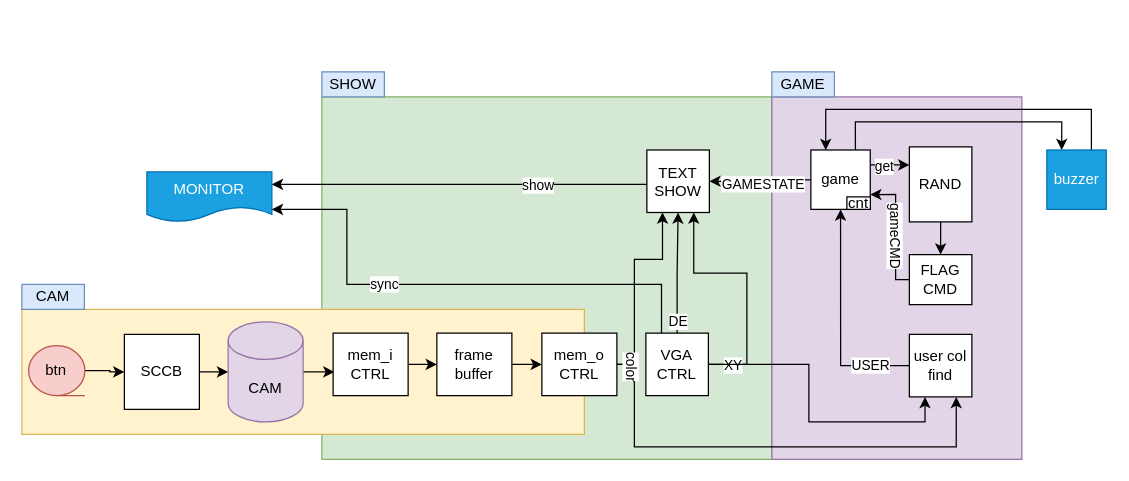
This is page "Project design" (1 of 7) of doc/drawio/SystenArchitecture.drawio from heyhoo46/HandBand, a draw.io file, before an edit. Source tidied: cells renumbered, new cells numbered last; positions are measured from the earlier drawing's top-left corner, leaving out a move shared by most shapes. Both pictures are drawn from the tidied source at 125%, with x=0, y=0 at pixel (21, 71).
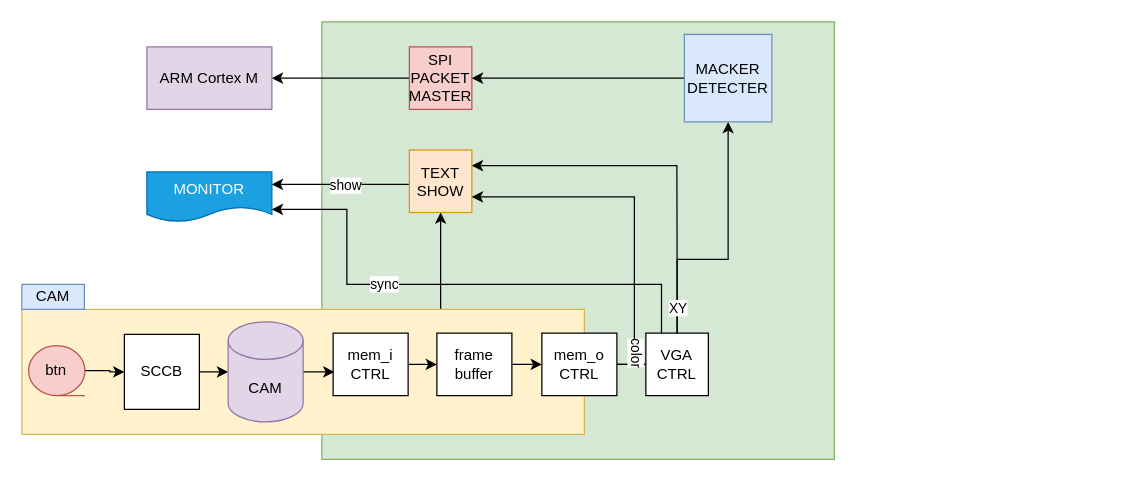
Above is the later version.

Unchanged cells that the change refers to:
```xml
<mxCell id="4" value="MONITOR" style="shape=document;whiteSpace=wrap;html=1;boundedLbl=1;fillColor=#1ba1e2;strokeColor=#006EAF;fontColor=#ffffff;" parent="1" vertex="1">
  <mxGeometry x="100" y="80" width="100" height="40" as="geometry" />
</mxCell>
<mxCell id="12" value="VGA&lt;div&gt;CTRL&lt;/div&gt;" style="whiteSpace=wrap;html=1;" parent="1" vertex="1">
  <mxGeometry x="499.2" y="209" width="50" height="50" as="geometry" />
</mxCell>
<mxCell id="43" value="mem_o&lt;div&gt;CTRL&lt;/div&gt;" style="rounded=0;whiteSpace=wrap;html=1;" parent="1" vertex="1">
  <mxGeometry x="416" y="209" width="60" height="50" as="geometry" />
</mxCell>
```

Diff of the diagram source:
```diff
@@
     <mxCell id="2" style="rounded=0;whiteSpace=wrap;html=1;fillColor=#d5e8d4;strokeColor=#82b366;" parent="1" vertex="1">
-      <mxGeometry x="240" y="20" width="360" height="290" as="geometry" />
+      <mxGeometry x="240" y="-40" width="410" height="350" as="geometry" />
     </mxCell>
-    <mxCell id="3" style="rounded=0;whiteSpace=wrap;html=1;fillColor=#e1d5e7;strokeColor=#9673a6;" parent="1" vertex="1">
-      <mxGeometry x="600" y="20" width="200" height="290" as="geometry" />
-    </mxCell>
@@
-    <mxCell id="8" style="edgeStyle=orthogonalEdgeStyle;rounded=0;jettySize=auto;html=1;entryX=0.25;entryY=1;entryDx=0;entryDy=0;" parent="1" edge="1" source="12" target="15">
-      <mxGeometry relative="1" as="geometry" />
-    </mxCell>
-    <mxCell id="9" value="XY" style="edgeLabel;html=1;align=center;verticalAlign=middle;" parent="8" vertex="1">
-      <mxGeometry x="-0.88" relative="1" as="geometry">
-        <mxPoint x="5" as="offset" />
-      </mxGeometry>
-    </mxCell>
@@
-    <mxCell id="13" style="edgeStyle=orthogonalEdgeStyle;rounded=0;jettySize=auto;html=1;entryX=0.5;entryY=1;entryDx=0;entryDy=0;" parent="1" edge="1" source="15" target="37">
-      <mxGeometry relative="1" as="geometry" />
+    <mxCell id="13" style="edgeStyle=orthogonalEdgeStyle;rounded=0;orthogonalLoop=1;jettySize=auto;html=1;entryX=0.5;entryY=1;entryDx=0;entryDy=0;" parent="1" edge="1">
+      <mxGeometry relative="1" as="geometry">
+        <mxPoint x="710" y="235" as="sourcePoint" />
+      </mxGeometry>
     </mxCell>
@@
-    <mxCell id="15" value="user col&lt;div&gt;find&lt;/div&gt;" style="whiteSpace=wrap;html=1;" parent="1" vertex="1">
-      <mxGeometry x="710" y="210" width="50" height="50" as="geometry" />
-    </mxCell>
-    <mxCell id="16" style="edgeStyle=orthogonalEdgeStyle;rounded=0;jettySize=auto;html=1;" parent="1" edge="1" source="17" target="20">
-      <mxGeometry relative="1" as="geometry" />
+    <mxCell id="16" style="edgeStyle=orthogonalEdgeStyle;rounded=0;orthogonalLoop=1;jettySize=auto;html=1;" parent="1" edge="1">
+      <mxGeometry relative="1" as="geometry">
+        <mxPoint x="735" y="120" as="sourcePoint" />
+      </mxGeometry>
     </mxCell>
-    <mxCell id="17" value="RAND" style="rounded=0;whiteSpace=wrap;html=1;" parent="1" vertex="1">
-      <mxGeometry x="710" y="60" width="50" height="60" as="geometry" />
-    </mxCell>
-    <mxCell id="18" style="edgeStyle=orthogonalEdgeStyle;rounded=0;jettySize=auto;html=1;entryX=1;entryY=0.75;entryDx=0;entryDy=0;" parent="1" edge="1" source="20" target="37">
+    <mxCell id="18" style="edgeStyle=orthogonalEdgeStyle;rounded=0;orthogonalLoop=1;jettySize=auto;html=1;entryX=1;entryY=0.75;entryDx=0;entryDy=0;" parent="1" edge="1">
       <mxGeometry relative="1" as="geometry">
+        <mxPoint x="710" y="166.3" as="sourcePoint" />
         <Array as="points">
           <mxPoint x="699" y="166" />
           <mxPoint x="699" y="98" />
         </Array>
       </mxGeometry>
     </mxCell>
@@
-    <mxCell id="20" value="FLAG&lt;br&gt;CMD" style="rounded=0;whiteSpace=wrap;html=1;" parent="1" vertex="1">
-      <mxGeometry x="710" y="146.2" width="50" height="40" as="geometry" />
-    </mxCell>
-    <mxCell id="21" style="edgeStyle=orthogonalEdgeStyle;rounded=0;jettySize=auto;html=1;entryX=1;entryY=0.5;entryDx=0;entryDy=0;" parent="1" edge="1" source="37" target="25">
-      <mxGeometry relative="1" as="geometry" />
-    </mxCell>
-    <mxCell id="22" value="GAMESTATE" style="edgeLabel;html=1;align=center;verticalAlign=middle;" parent="21" vertex="1">
-      <mxGeometry x="-0.05" y="1" relative="1" as="geometry">
-        <mxPoint y="2" as="offset" />
-      </mxGeometry>
-    </mxCell>
-    <mxCell id="23" style="edgeStyle=orthogonalEdgeStyle;rounded=0;jettySize=auto;html=1;entryX=1;entryY=0.25;entryDx=0;entryDy=0;" parent="1" edge="1" source="25" target="4">
-      <mxGeometry relative="1" as="geometry">
-        <Array as="points">
-          <mxPoint x="420" y="90" />
-          <mxPoint x="420" y="90" />
-        </Array>
-      </mxGeometry>
+    <mxCell id="23" style="edgeStyle=orthogonalEdgeStyle;rounded=0;jettySize=auto;html=1;entryX=1;entryY=0.25;entryDx=0;entryDy=0;exitX=0;exitY=0.55;exitDx=0;exitDy=0;exitPerimeter=0;" parent="1" edge="1" source="25" target="4">
+      <mxGeometry relative="1" as="geometry" />
     </mxCell>
@@
-    <mxCell id="25" value="TEXT&lt;br&gt;SHOW" style="whiteSpace=wrap;html=1;" parent="1" vertex="1">
-      <mxGeometry x="500" y="62.5" width="50" height="50" as="geometry" />
+    <mxCell id="25" value="TEXT&lt;br&gt;SHOW" style="whiteSpace=wrap;html=1;fillColor=#ffe6cc;strokeColor=#d79b00;" parent="1" vertex="1">
+      <mxGeometry x="310" y="62.5" width="50" height="50" as="geometry" />
     </mxCell>
-    <mxCell id="26" style="edgeStyle=orthogonalEdgeStyle;rounded=0;jettySize=auto;html=1;exitX=1;exitY=0.25;exitDx=0;exitDy=0;entryX=0;entryY=0.25;entryDx=0;entryDy=0;" parent="1" edge="1" source="37" target="17">
-      <mxGeometry relative="1" as="geometry" />
+    <mxCell id="26" style="edgeStyle=orthogonalEdgeStyle;rounded=0;orthogonalLoop=1;jettySize=auto;html=1;exitX=1;exitY=0.25;exitDx=0;exitDy=0;entryX=0;entryY=0.25;entryDx=0;entryDy=0;" parent="1" edge="1">
+      <mxGeometry relative="1" as="geometry">
+        <mxPoint x="710" y="75" as="targetPoint" />
+      </mxGeometry>
     </mxCell>
@@
-    <mxCell id="33" value="GAME" style="rounded=0;whiteSpace=wrap;html=1;fillColor=#dae8fc;strokeColor=#6c8ebf;" parent="1" vertex="1">
-      <mxGeometry x="600" width="50" height="20" as="geometry" />
-    </mxCell>
@@
-    <mxCell id="37" value="game" style="whiteSpace=wrap;html=1;" parent="1" vertex="1">
-      <mxGeometry x="631.2" y="62.5" width="47.5" height="47.5" as="geometry" />
-    </mxCell>
-    <mxCell id="38" value="cnt" style="rounded=0;whiteSpace=wrap;html=1;" parent="1" vertex="1">
-      <mxGeometry x="660" y="100" width="18.8" height="10" as="geometry" />
-    </mxCell>
-    <mxCell id="39" value="SHOW" style="rounded=0;whiteSpace=wrap;html=1;fillColor=#dae8fc;strokeColor=#6c8ebf;" parent="1" vertex="1">
-      <mxGeometry x="240" width="50" height="20" as="geometry" />
-    </mxCell>
-    <mxCell id="40" style="edgeStyle=orthogonalEdgeStyle;rounded=0;jettySize=auto;html=1;entryX=0.75;entryY=1;entryDx=0;entryDy=0;" parent="1" edge="1" source="43" target="15">
-      <mxGeometry relative="1" as="geometry">
-        <Array as="points">
-          <mxPoint x="490" y="234" />
-          <mxPoint x="490" y="300" />
-          <mxPoint x="747" y="300" />
-        </Array>
-      </mxGeometry>
-    </mxCell>
-    <mxCell id="41" style="edgeStyle=orthogonalEdgeStyle;rounded=0;jettySize=auto;html=1;entryX=0.25;entryY=1;entryDx=0;entryDy=0;" parent="1" edge="1" source="43" target="25">
+    <mxCell id="41" style="edgeStyle=orthogonalEdgeStyle;rounded=0;jettySize=auto;html=1;entryX=1;entryY=0.75;entryDx=0;entryDy=0;" parent="1" edge="1" source="43" target="25">
       <mxGeometry relative="1" as="geometry">
         <Array as="points">
           <mxPoint x="490" y="234" />
-          <mxPoint x="490" y="150" />
-          <mxPoint x="513" y="150" />
+          <mxPoint x="490" y="100" />
         </Array>
       </mxGeometry>
     </mxCell>
@@
-    <mxCell id="48" style="edgeStyle=orthogonalEdgeStyle;html=1;entryX=0.25;entryY=0;entryDx=0;entryDy=0;rounded=0;curved=0;exitX=0.75;exitY=0;exitDx=0;exitDy=0;" parent="1" edge="1" source="50" target="37">
-      <mxGeometry relative="1" as="geometry">
-        <Array as="points">
-          <mxPoint x="856" y="30" />
-          <mxPoint x="643" y="30" />
-        </Array>
-      </mxGeometry>
-    </mxCell>
-    <mxCell id="49" style="edgeStyle=orthogonalEdgeStyle;html=1;exitX=0.75;exitY=0;exitDx=0;exitDy=0;rounded=0;curved=0;entryX=0.25;entryY=0;entryDx=0;entryDy=0;" parent="1" edge="1" source="37" target="50">
-      <mxGeometry relative="1" as="geometry">
-        <Array as="points">
-          <mxPoint x="667" y="40" />
-          <mxPoint x="832" y="40" />
-          <mxPoint x="832" y="63" />
-        </Array>
-      </mxGeometry>
-    </mxCell>
-    <mxCell id="50" value="buzzer" style="whiteSpace=wrap;html=1;fillColor=#1ba1e2;fontColor=#ffffff;strokeColor=#006EAF;" parent="1" vertex="1">
-      <mxGeometry x="820" y="62.5" width="47.5" height="47.5" as="geometry" />
-    </mxCell>
-    <mxCell id="51" style="edgeStyle=orthogonalEdgeStyle;rounded=0;jettySize=auto;html=1;entryX=0.75;entryY=1;entryDx=0;entryDy=0;" parent="1" edge="1" source="12" target="25">
+    <mxCell id="51" style="edgeStyle=orthogonalEdgeStyle;rounded=0;jettySize=auto;html=1;entryX=1;entryY=0.25;entryDx=0;entryDy=0;" parent="1" edge="1" source="12" target="25">
       <mxGeometry relative="1" as="geometry">
         <Array as="points">
-          <mxPoint x="580" y="234" />
-          <mxPoint x="580" y="161" />
-          <mxPoint x="538" y="161" />
+          <mxPoint x="524" y="161" />
+          <mxPoint x="524" y="161" />
+          <mxPoint x="524" y="75" />
         </Array>
       </mxGeometry>
     </mxCell>
+    <mxCell id="8" style="edgeStyle=orthogonalEdgeStyle;rounded=0;jettySize=auto;html=1;entryX=0.5;entryY=1;entryDx=0;entryDy=0;" parent="1" edge="1" source="12" target="55">
+      <mxGeometry relative="1" as="geometry">
+        <Array as="points">
+          <mxPoint x="524" y="150" />
+          <mxPoint x="565" y="150" />
+        </Array>
+      </mxGeometry>
+    </mxCell>
+    <mxCell id="9" value="XY" style="edgeLabel;html=1;align=center;verticalAlign=middle;" parent="8" vertex="1">
+      <mxGeometry x="-0.88" relative="1" as="geometry">
+        <mxPoint y="-8" as="offset" />
+      </mxGeometry>
+    </mxCell>
+    <mxCell id="52" style="edgeStyle=orthogonalEdgeStyle;rounded=0;jettySize=auto;html=1;" parent="1" edge="1" source="53" target="56">
+      <mxGeometry relative="1" as="geometry" />
+    </mxCell>
+    <mxCell id="53" value="SPI&lt;br&gt;PACKET&lt;div&gt;MASTER&lt;/div&gt;" style="whiteSpace=wrap;html=1;fillColor=#f8cecc;strokeColor=#b85450;" parent="1" vertex="1">
+      <mxGeometry x="310" y="-20" width="50" height="50" as="geometry" />
+    </mxCell>
+    <mxCell id="54" style="edgeStyle=orthogonalEdgeStyle;rounded=0;jettySize=auto;html=1;entryX=1;entryY=0.5;entryDx=0;entryDy=0;" parent="1" edge="1" source="55" target="53">
+      <mxGeometry relative="1" as="geometry" />
+    </mxCell>
+    <mxCell id="55" value="MACKER&lt;br&gt;DETECTER" style="whiteSpace=wrap;html=1;fillColor=#dae8fc;strokeColor=#6c8ebf;" parent="1" vertex="1">
+      <mxGeometry x="530" y="-30" width="70" height="70" as="geometry" />
+    </mxCell>
+    <mxCell id="56" value="ARM Cortex M" style="rounded=0;whiteSpace=wrap;html=1;fillColor=#e1d5e7;strokeColor=#9673a6;" parent="1" vertex="1">
+      <mxGeometry x="100" y="-20" width="100" height="50" as="geometry" />
+    </mxCell>
```
